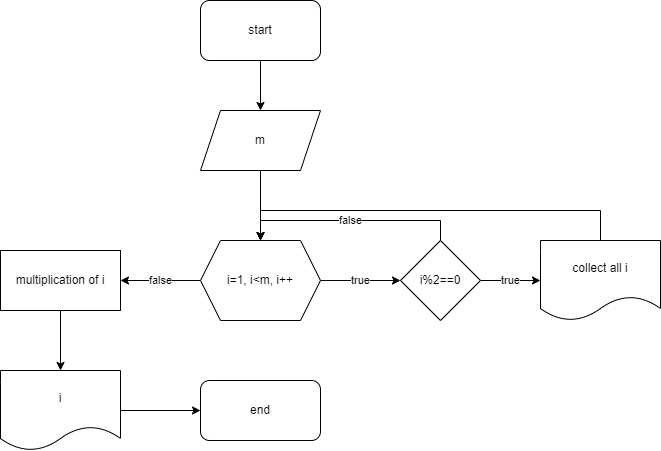
rasulvh/Diagrams keeps this draw.io diagram as Multiplication of even i.png. Above is the earlier version. Source tidied: cells renumbered, new cells last; positions are measured from the earlier drawing's top-left corner, leaving out a move shared by most shapes.
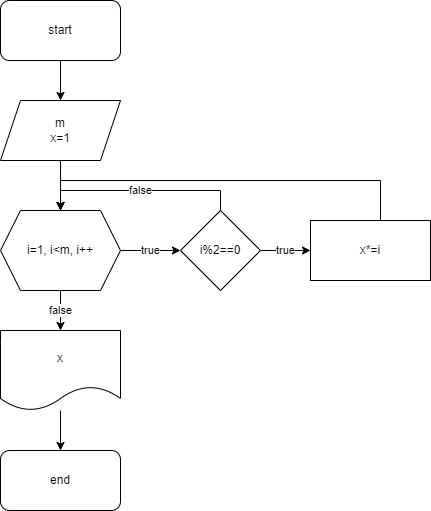
After the commit.

What changed in the source:
```diff
@@ -2,68 +2,60 @@
   <root>
     <mxCell id="0" />
     <mxCell id="1" parent="0" />
-    <mxCell id="2" style="edgeStyle=orthogonalEdgeStyle;rounded=0;jettySize=auto;html=1;" parent="1" edge="1" source="3" target="5">
-      <mxGeometry relative="1" as="geometry" />
-    </mxCell>
+    <mxCell id="19" style="edgeStyle=orthogonalEdgeStyle;rounded=0;jettySize=auto;html=1;" parent="1" edge="1" source="3" target="21">
+      <mxGeometry relative="1" as="geometry" />
+    </mxCell>
     <mxCell id="3" value="start" style="rounded=1;whiteSpace=wrap;html=1;" parent="1" vertex="1">
-      <mxGeometry x="200" width="120" height="60" as="geometry" />
+      <mxGeometry x="220" y="-290" width="120" height="60" as="geometry" />
     </mxCell>
-    <mxCell id="4" style="edgeStyle=orthogonalEdgeStyle;rounded=0;jettySize=auto;html=1;" parent="1" edge="1" source="5" target="8">
-      <mxGeometry relative="1" as="geometry" />
-    </mxCell>
-    <mxCell id="5" value="m" style="shape=parallelogram;perimeter=parallelogramPerimeter;whiteSpace=wrap;html=1;fixedSize=1;" parent="1" vertex="1">
-      <mxGeometry x="200" y="110" width="120" height="60" as="geometry" />
-    </mxCell>
+    <mxCell id="20" style="edgeStyle=orthogonalEdgeStyle;rounded=0;jettySize=auto;html=1;" parent="1" edge="1" source="21" target="8">
+      <mxGeometry relative="1" as="geometry" />
+    </mxCell>
+    <mxCell id="21" value="m&lt;br&gt;x=1" style="shape=parallelogram;perimeter=parallelogramPerimeter;whiteSpace=wrap;html=1;fixedSize=1;" parent="1" vertex="1">
+      <mxGeometry x="220" y="-190" width="120" height="60" as="geometry" />
+    </mxCell>
     <mxCell id="6" value="true" style="edgeStyle=orthogonalEdgeStyle;rounded=0;jettySize=auto;html=1;" parent="1" edge="1" source="8" target="11">
       <mxGeometry relative="1" as="geometry" />
     </mxCell>
-    <mxCell id="7" value="false" style="edgeStyle=orthogonalEdgeStyle;rounded=0;jettySize=auto;html=1;" parent="1" edge="1" source="8" target="15">
+    <mxCell id="7" value="false" style="edgeStyle=orthogonalEdgeStyle;rounded=0;jettySize=auto;html=1;" parent="1" edge="1" source="8" target="26">
       <mxGeometry relative="1" as="geometry" />
     </mxCell>
     <mxCell id="8" value="i=1, i&amp;lt;m, i++" style="shape=hexagon;perimeter=hexagonPerimeter2;whiteSpace=wrap;html=1;fixedSize=1;" parent="1" vertex="1">
-      <mxGeometry x="200" y="240" width="120" height="80" as="geometry" />
+      <mxGeometry x="220" y="-80" width="120" height="80" as="geometry" />
     </mxCell>
     <mxCell id="9" value="false" style="edgeStyle=orthogonalEdgeStyle;rounded=0;jettySize=auto;html=1;entryX=0.5;entryY=0;entryDx=0;entryDy=0;" parent="1" edge="1" source="11" target="8">
       <mxGeometry relative="1" as="geometry">
         <Array as="points">
-          <mxPoint x="440" y="220" />
-          <mxPoint x="260" y="220" />
+          <mxPoint x="440" y="-100" />
+          <mxPoint x="280" y="-100" />
         </Array>
       </mxGeometry>
     </mxCell>
-    <mxCell id="10" value="true" style="edgeStyle=orthogonalEdgeStyle;rounded=0;jettySize=auto;html=1;" parent="1" edge="1" source="11" target="13">
-      <mxGeometry relative="1" as="geometry" />
-    </mxCell>
+    <mxCell id="22" value="true" style="edgeStyle=orthogonalEdgeStyle;rounded=0;jettySize=auto;html=1;" parent="1" edge="1" source="11" target="24">
+      <mxGeometry relative="1" as="geometry" />
+    </mxCell>
     <mxCell id="11" value="i%2==0" style="rhombus;whiteSpace=wrap;html=1;" parent="1" vertex="1">
-      <mxGeometry x="400" y="240" width="80" height="80" as="geometry" />
+      <mxGeometry x="400" y="-80" width="80" height="80" as="geometry" />
     </mxCell>
-    <mxCell id="12" style="edgeStyle=orthogonalEdgeStyle;rounded=0;jettySize=auto;html=1;entryX=0.5;entryY=0;entryDx=0;entryDy=0;" parent="1" edge="1" source="13" target="8">
-      <mxGeometry relative="1" as="geometry">
-        <Array as="points">
-          <mxPoint x="600" y="210" />
-          <mxPoint x="260" y="210" />
-        </Array>
-      </mxGeometry>
-    </mxCell>
-    <mxCell id="13" value="collect all i" style="shape=document;whiteSpace=wrap;html=1;boundedLbl=1;" parent="1" vertex="1">
-      <mxGeometry x="540" y="240" width="120" height="80" as="geometry" />
-    </mxCell>
-    <mxCell id="14" style="edgeStyle=orthogonalEdgeStyle;rounded=0;jettySize=auto;html=1;" parent="1" edge="1" source="15" target="17">
-      <mxGeometry relative="1" as="geometry" />
-    </mxCell>
-    <mxCell id="15" value="multiplication of i" style="whiteSpace=wrap;html=1;" parent="1" vertex="1">
-      <mxGeometry y="250" width="120" height="60" as="geometry" />
-    </mxCell>
-    <mxCell id="16" style="edgeStyle=orthogonalEdgeStyle;rounded=0;jettySize=auto;html=1;" parent="1" edge="1" source="17">
-      <mxGeometry relative="1" as="geometry">
-        <mxPoint x="200" y="410" as="targetPoint" />
-      </mxGeometry>
-    </mxCell>
-    <mxCell id="17" value="i" style="shape=document;whiteSpace=wrap;html=1;boundedLbl=1;" parent="1" vertex="1">
-      <mxGeometry y="370" width="120" height="80" as="geometry" />
-    </mxCell>
+    <mxCell id="23" style="edgeStyle=orthogonalEdgeStyle;rounded=0;jettySize=auto;html=1;entryX=0.5;entryY=0;entryDx=0;entryDy=0;" parent="1" edge="1" source="24" target="8">
+      <mxGeometry relative="1" as="geometry">
+        <Array as="points">
+          <mxPoint x="600" y="-110" />
+          <mxPoint x="280" y="-110" />
+        </Array>
+      </mxGeometry>
+    </mxCell>
+    <mxCell id="24" value="x*=i" style="whiteSpace=wrap;html=1;" parent="1" vertex="1">
+      <mxGeometry x="530" y="-70" width="120" height="60" as="geometry" />
+    </mxCell>
+    <mxCell id="25" style="edgeStyle=orthogonalEdgeStyle;rounded=0;jettySize=auto;html=1;" parent="1" edge="1" source="26" target="18">
+      <mxGeometry relative="1" as="geometry" />
+    </mxCell>
+    <mxCell id="26" value="x" style="shape=document;whiteSpace=wrap;html=1;boundedLbl=1;" parent="1" vertex="1">
+      <mxGeometry x="220" y="40" width="120" height="80" as="geometry" />
+    </mxCell>
     <mxCell id="18" value="end" style="rounded=1;whiteSpace=wrap;html=1;" parent="1" vertex="1">
-      <mxGeometry x="200" y="380" width="120" height="60" as="geometry" />
+      <mxGeometry x="220" y="160" width="120" height="60" as="geometry" />
     </mxCell>
   </root>
 </mxGraphModel>
```
